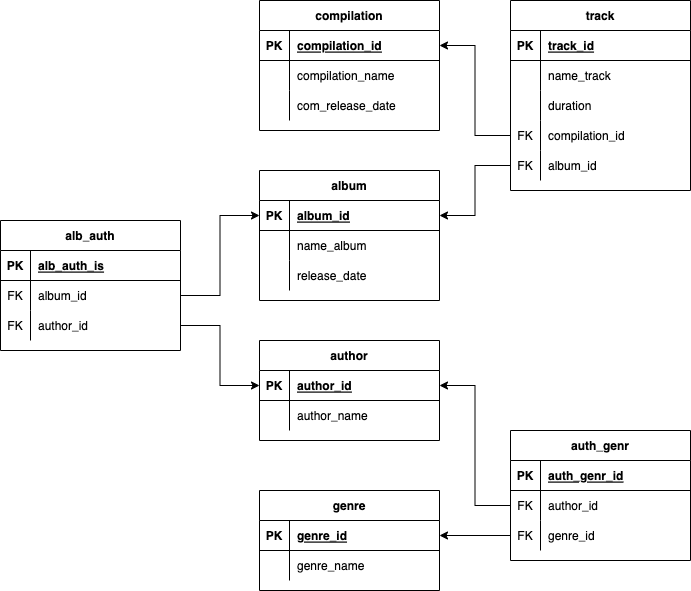
Before: db-traks.png, a diagram exported from draw.io (k0dim/hm_dp). Source tidied: cells renumbered, new cells last; positions are measured from the earlier drawing's top-left corner, leaving out a move shared by most shapes.
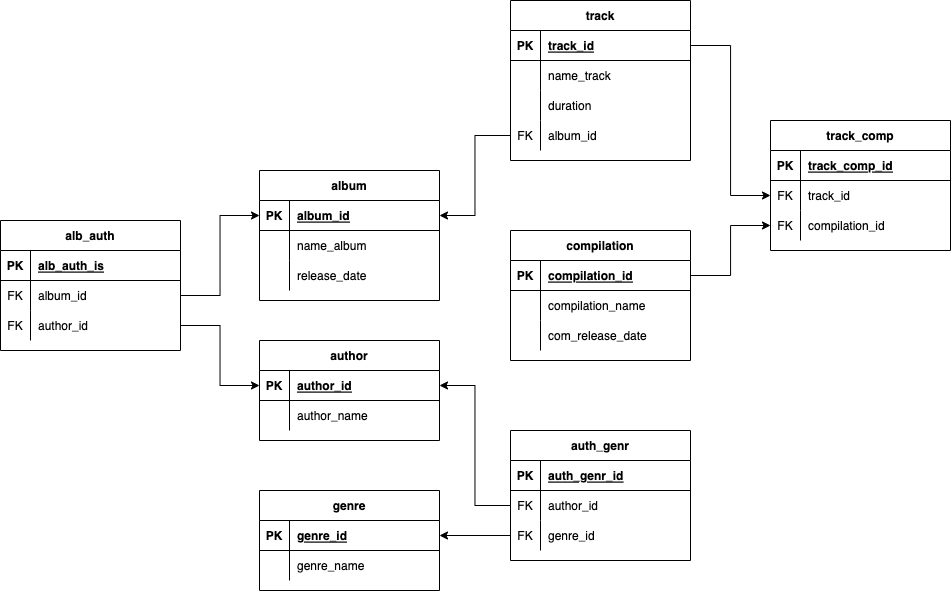
After the commit.

Commit message:
Изменеие схемы/ Добавление табилицы связи треков и сборников

What changed in the source:
```diff
@@ -3,7 +3,7 @@
     <mxCell id="0" />
     <mxCell id="1" parent="0" />
     <mxCell id="2" value="track" style="shape=table;startSize=30;rowLines=0;fontStyle=1;align=center;" parent="1" vertex="1">
-      <mxGeometry x="510" width="180" height="190" as="geometry" />
+      <mxGeometry x="510" width="180" height="160" as="geometry" />
     </mxCell>
     <mxCell id="3" style="shape=tableRow;horizontal=0;startSize=0;swimlaneHead=0;swimlaneBody=0;fillColor=none;points=[[0,0.5],[1,0.5]];portConstraint=eastwest;top=0;left=0;right=0;bottom=1;" parent="2" vertex="1">
       <mxGeometry y="30" width="180" height="30" as="geometry" />
@@ -32,17 +32,8 @@
     <mxCell id="11" value="duration" style="shape=partialRectangle;fillColor=none;top=0;left=0;bottom=0;right=0;align=left;spacingLeft=6;overflow=hidden;" parent="9" vertex="1">
       <mxGeometry x="30" width="150" height="30" as="geometry" />
     </mxCell>
-    <mxCell id="12" style="shape=tableRow;horizontal=0;startSize=0;swimlaneHead=0;swimlaneBody=0;fillColor=none;points=[[0,0.5],[1,0.5]];portConstraint=eastwest;top=0;left=0;right=0;bottom=0;" parent="2" vertex="1">
-      <mxGeometry y="120" width="180" height="30" as="geometry" />
-    </mxCell>
-    <mxCell id="13" value="FK" style="shape=partialRectangle;fillColor=none;top=0;left=0;bottom=0;right=0;overflow=hidden;" parent="12" vertex="1">
-      <mxGeometry width="30" height="30" as="geometry" />
-    </mxCell>
-    <mxCell id="14" value="compilation_id" style="shape=partialRectangle;fillColor=none;top=0;left=0;bottom=0;right=0;align=left;spacingLeft=6;overflow=hidden;fontStyle=0;" parent="12" vertex="1">
-      <mxGeometry x="30" width="150" height="30" as="geometry" />
-    </mxCell>
     <mxCell id="15" style="shape=tableRow;horizontal=0;startSize=0;swimlaneHead=0;swimlaneBody=0;fillColor=none;points=[[0,0.5],[1,0.5]];portConstraint=eastwest;top=0;left=0;right=0;bottom=0;" parent="2" vertex="1">
-      <mxGeometry y="150" width="180" height="30" as="geometry" />
+      <mxGeometry y="120" width="180" height="30" as="geometry" />
     </mxCell>
     <mxCell id="16" value="FK" style="shape=partialRectangle;fillColor=none;top=0;left=0;bottom=0;right=0;overflow=hidden;" parent="15" vertex="1">
       <mxGeometry width="30" height="30" as="geometry" />
@@ -123,7 +114,7 @@
       <mxGeometry x="30" width="150" height="30" as="geometry" />
     </mxCell>
     <mxCell id="42" value="compilation" style="shape=table;startSize=30;rowLines=0;fontStyle=1;align=center;" parent="1" vertex="1">
-      <mxGeometry x="259" width="180" height="130" as="geometry" />
+      <mxGeometry x="510" y="230" width="180" height="130" as="geometry" />
     </mxCell>
     <mxCell id="43" style="shape=tableRow;horizontal=0;startSize=0;swimlaneHead=0;swimlaneBody=0;fillColor=none;points=[[0,0.5],[1,0.5]];portConstraint=eastwest;top=0;left=0;right=0;bottom=1;" parent="42" vertex="1">
       <mxGeometry y="30" width="180" height="30" as="geometry" />
@@ -152,9 +143,6 @@
     <mxCell id="51" value="com_release_date" style="shape=partialRectangle;fillColor=none;top=0;left=0;bottom=0;right=0;align=left;spacingLeft=6;overflow=hidden;" parent="49" vertex="1">
       <mxGeometry x="30" width="150" height="30" as="geometry" />
     </mxCell>
-    <mxCell id="52" style="edgeStyle=orthogonalEdgeStyle;rounded=0;jettySize=auto;html=1;entryX=1;entryY=0.5;entryDx=0;entryDy=0;" parent="1" edge="1" source="12" target="43">
-      <mxGeometry relative="1" as="geometry" />
-    </mxCell>
     <mxCell id="53" value="alb_auth" style="shape=table;startSize=30;rowLines=0;fontStyle=1;align=center;" parent="1" vertex="1">
       <mxGeometry y="220" width="180" height="130" as="geometry" />
     </mxCell>
@@ -230,5 +218,41 @@
     <mxCell id="77" style="edgeStyle=orthogonalEdgeStyle;rounded=0;jettySize=auto;html=1;entryX=1;entryY=0.5;entryDx=0;entryDy=0;" parent="1" edge="1" source="73" target="36">
       <mxGeometry relative="1" as="geometry" />
     </mxCell>
+    <mxCell id="78" value="track_comp" style="shape=table;startSize=30;rowLines=0;fontStyle=1;align=center;" parent="1" vertex="1">
+      <mxGeometry x="770" y="120" width="180" height="130" as="geometry" />
+    </mxCell>
+    <mxCell id="79" style="shape=tableRow;horizontal=0;startSize=0;swimlaneHead=0;swimlaneBody=0;fillColor=none;top=0;left=0;right=0;bottom=1;" parent="78" vertex="1">
+      <mxGeometry y="30" width="180" height="30" as="geometry" />
+    </mxCell>
+    <mxCell id="80" value="PK" style="shape=partialRectangle;fillColor=none;top=0;left=0;bottom=0;right=0;fontStyle=1;overflow=hidden;" parent="79" vertex="1">
+      <mxGeometry width="30" height="30" as="geometry" />
+    </mxCell>
+    <mxCell id="81" value="track_comp_id" style="shape=partialRectangle;fillColor=none;top=0;left=0;bottom=0;right=0;align=left;spacingLeft=6;fontStyle=5;overflow=hidden;" parent="79" vertex="1">
+      <mxGeometry x="30" width="150" height="30" as="geometry" />
+    </mxCell>
+    <mxCell id="82" style="shape=tableRow;horizontal=0;startSize=0;swimlaneHead=0;swimlaneBody=0;fillColor=none;points=[[0,0.5],[1,0.5]];portConstraint=eastwest;top=0;left=0;right=0;bottom=0;" parent="78" vertex="1">
+      <mxGeometry y="60" width="180" height="30" as="geometry" />
+    </mxCell>
+    <mxCell id="83" value="FK" style="shape=partialRectangle;fillColor=none;top=0;left=0;bottom=0;right=0;overflow=hidden;" parent="82" vertex="1">
+      <mxGeometry width="30" height="30" as="geometry" />
+    </mxCell>
+    <mxCell id="84" value="track_id" style="shape=partialRectangle;fillColor=none;top=0;left=0;bottom=0;right=0;align=left;spacingLeft=6;overflow=hidden;fontStyle=0;" parent="82" vertex="1">
+      <mxGeometry x="30" width="150" height="30" as="geometry" />
+    </mxCell>
+    <mxCell id="85" style="shape=tableRow;horizontal=0;startSize=0;swimlaneHead=0;swimlaneBody=0;fillColor=none;points=[[0,0.5],[1,0.5]];portConstraint=eastwest;top=0;left=0;right=0;bottom=0;" parent="78" vertex="1">
+      <mxGeometry y="90" width="180" height="30" as="geometry" />
+    </mxCell>
+    <mxCell id="86" value="FK" style="shape=partialRectangle;fillColor=none;top=0;left=0;bottom=0;right=0;overflow=hidden;" parent="85" vertex="1">
+      <mxGeometry width="30" height="30" as="geometry" />
+    </mxCell>
+    <mxCell id="14" value="compilation_id" style="shape=partialRectangle;fillColor=none;top=0;left=0;bottom=0;right=0;align=left;spacingLeft=6;overflow=hidden;fontStyle=0;" parent="85" vertex="1">
+      <mxGeometry x="30" width="150" height="30" as="geometry" />
+    </mxCell>
+    <mxCell id="87" style="edgeStyle=orthogonalEdgeStyle;rounded=0;jettySize=auto;html=1;entryX=0;entryY=0.5;entryDx=0;entryDy=0;" parent="1" edge="1" source="3" target="82">
+      <mxGeometry relative="1" as="geometry" />
+    </mxCell>
+    <mxCell id="88" style="edgeStyle=orthogonalEdgeStyle;rounded=0;jettySize=auto;html=1;" parent="1" edge="1" source="43" target="85">
+      <mxGeometry relative="1" as="geometry" />
+    </mxCell>
   </root>
 </mxGraphModel>
```
